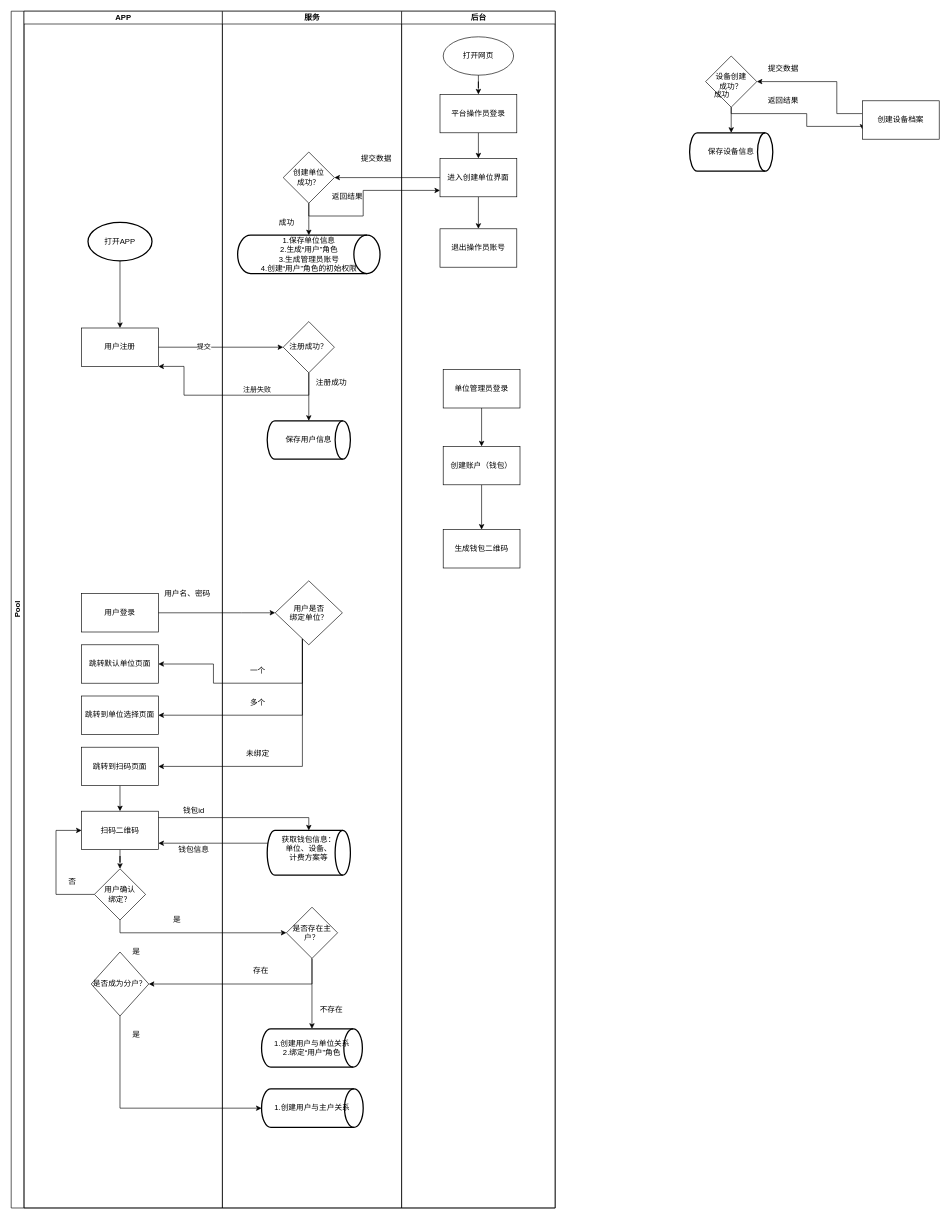
This is 智慧用电业务建模.drawio from 54czp/UML, a draw.io file, before an edit. Source tidied: cells renumbered, new cells numbered last; positions are measured from the earlier drawing's top-left corner, leaving out a move shared by most shapes. Both pictures are drawn from the tidied source at 64%, with x=0, y=0 at pixel (11, 11).
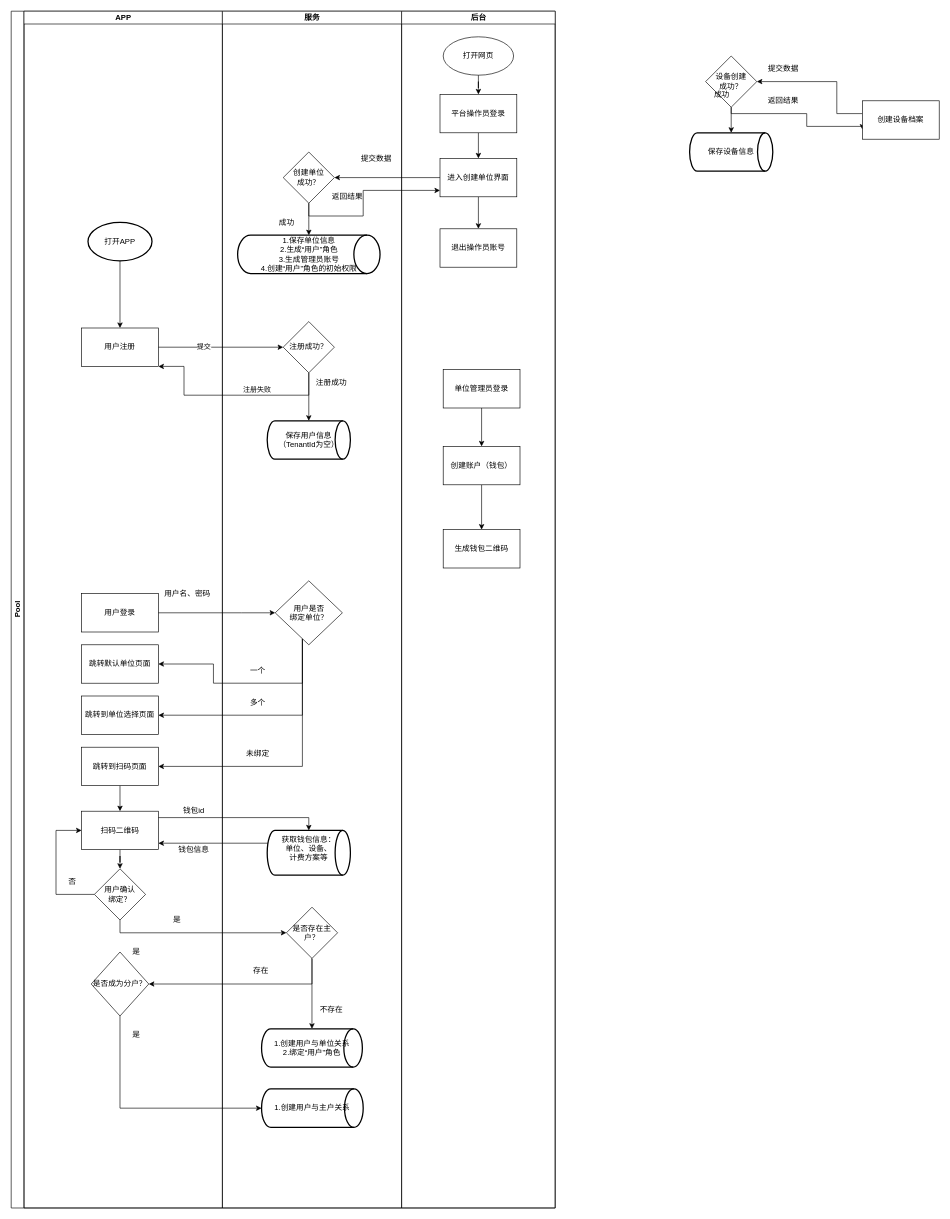
The same diagram, later.

Commit message:
Update 智慧用电业务建模.drawio

The change refers to these unchanged cells:
```xml
<mxCell id="38" value="服务" style="swimlane;html=1;startSize=20;" parent="2" vertex="1">
  <mxGeometry x="330" width="280" height="1870" as="geometry" />
</mxCell>
```

The edit, as a diff of the source:
```diff
@@
-    <mxCell id="40" value="保存用户信息" style="strokeWidth=2;html=1;shape=mxgraph.flowchart.direct_data;whiteSpace=wrap;" parent="38" vertex="1">
+    <mxCell id="40" value="保存用户信息&lt;br&gt;（TenantId为空）" style="strokeWidth=2;html=1;shape=mxgraph.flowchart.direct_data;whiteSpace=wrap;" parent="38" vertex="1">
       <mxGeometry x="70" y="640" width="130" height="60" as="geometry" />
     </mxCell>
```
